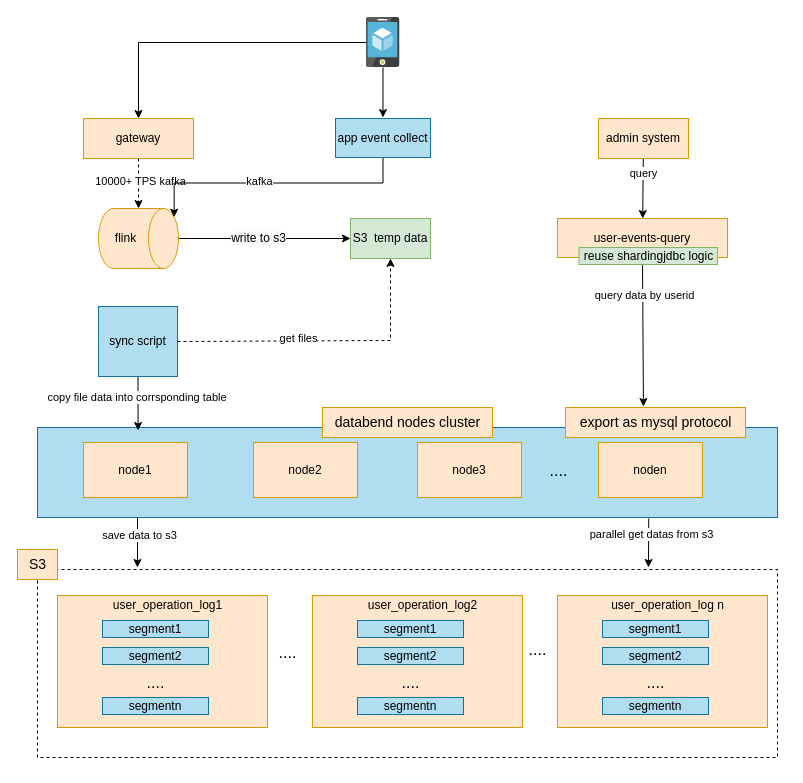
This is page "第 2 页" (2 of 3) of doc/用户行为日志.drawio from jackjoesh/databend, a draw.io file, before an edit. Source tidied: cells renumbered, new cells numbered last; positions are measured from the earlier drawing's top-left corner, leaving out a move shared by most shapes. Both pictures are drawn from the tidied source at 100%, with x=0, y=0 at pixel (17, 17).
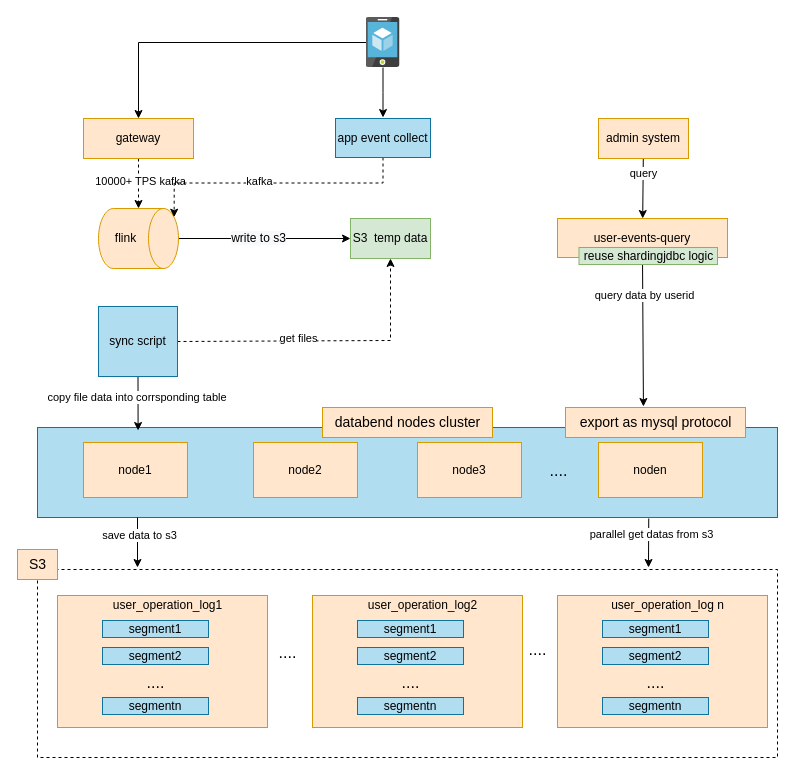
The same diagram, later.

Unchanged cells that the change refers to:
```xml
<mxCell id="8" value="flink" style="shape=cylinder3;whiteSpace=wrap;html=1;boundedLbl=1;backgroundOutline=1;size=15;direction=south;fillColor=#ffe6cc;strokeColor=#d79b00;" parent="1" vertex="1">
  <mxGeometry x="81" y="191" width="80" height="60" as="geometry" />
</mxCell>
<mxCell id="62" value="app event collect" style="rounded=0;whiteSpace=wrap;html=1;fillColor=#b1ddf0;strokeColor=#10739e;" parent="1" vertex="1">
  <mxGeometry x="318" y="101" width="95" height="39" as="geometry" />
</mxCell>
```

What changed in the source:
```diff
@@
-    <mxCell id="60" style="edgeStyle=orthogonalEdgeStyle;rounded=0;jettySize=auto;html=1;exitX=0.5;exitY=1;exitDx=0;exitDy=0;entryX=0.145;entryY=0;entryDx=0;entryDy=4.35;entryPerimeter=0;" parent="1" edge="1" source="62" target="8">
+    <mxCell id="60" style="edgeStyle=orthogonalEdgeStyle;rounded=0;jettySize=auto;html=1;exitX=0.5;exitY=1;exitDx=0;exitDy=0;entryX=0.145;entryY=0;entryDx=0;entryDy=4.35;entryPerimeter=0;dashed=1;" parent="1" edge="1" source="62" target="8">
       <mxGeometry relative="1" as="geometry" />
     </mxCell>
```
